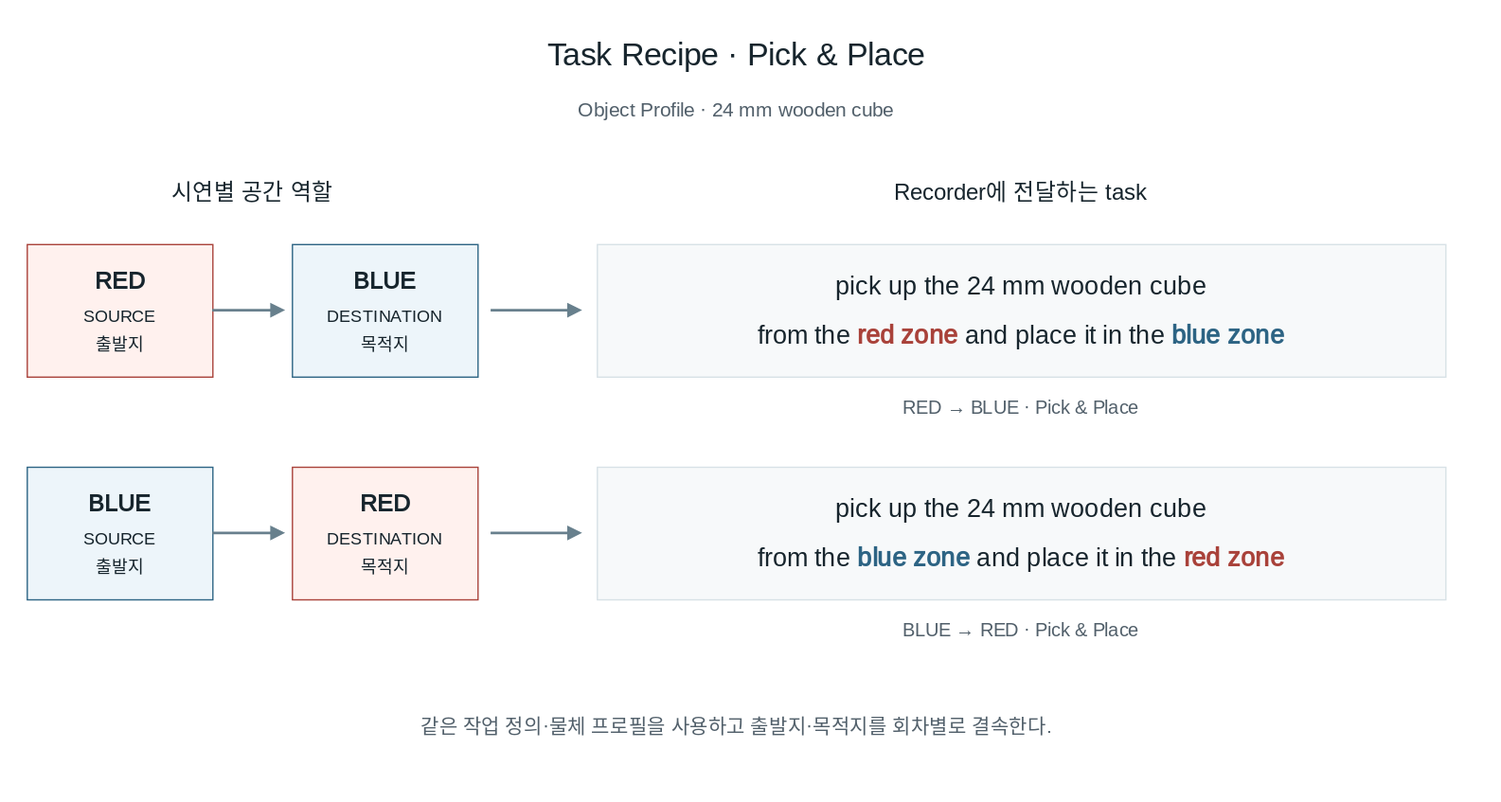
Before: docs/portfolio/task-language.drawio.svg, a diagram exported from draw.io (hasemu1211/fr5-lerobot-connector). Source tidied: cells renumbered, new cells last; positions are measured from the earlier drawing's top-left corner, leaving out a move shared by most shapes.
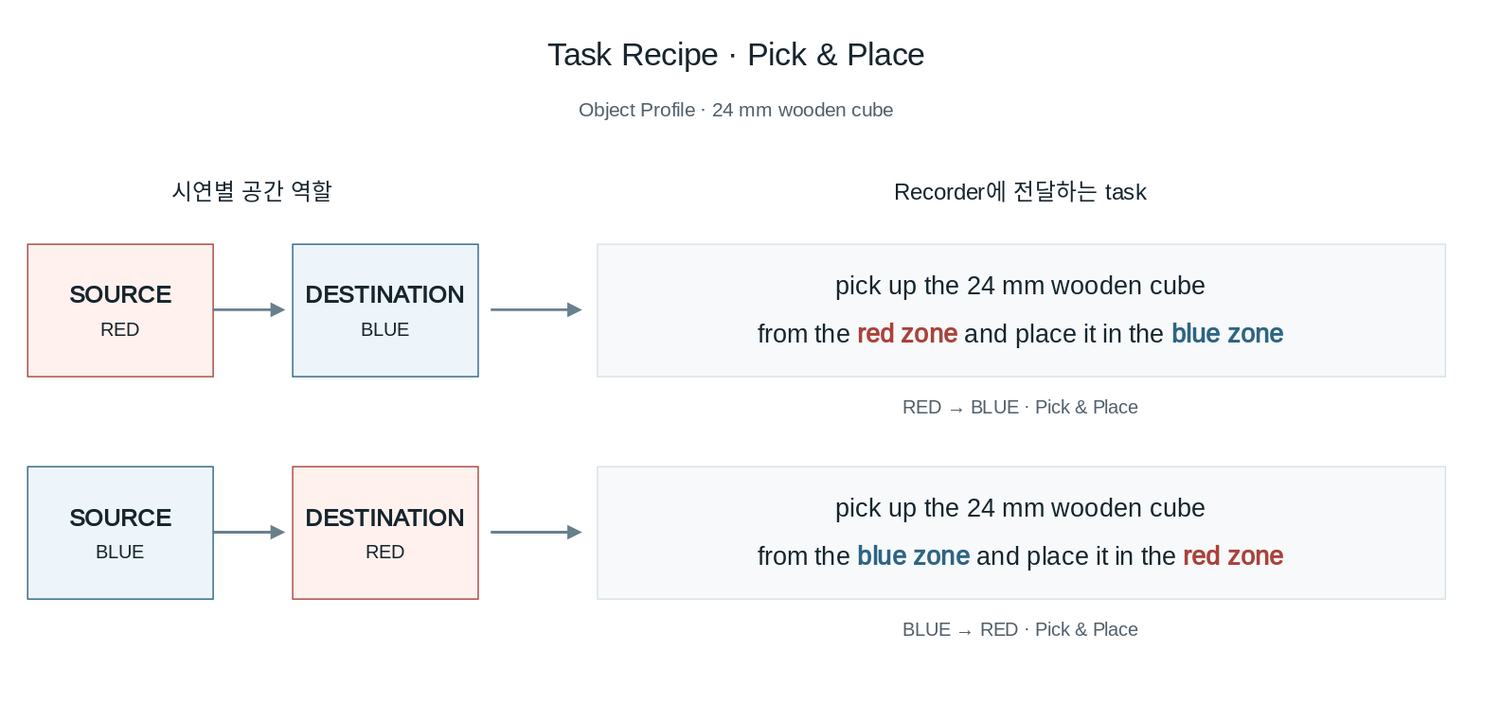
The same file after the commit.

Change to the diagram source:
```diff
@@ -14,10 +14,10 @@
     <mxCell id="5" value="Recorder에 전달하는 task" style="html=1;whiteSpace=wrap;fontFamily=Noto Sans CJK KR;fontColor=#17252d;spacing=0;text;strokeColor=none;fillColor=none;fontSize=17;fontColor=#17252d;align=center;verticalAlign=middle;" parent="1" vertex="1">
       <mxGeometry x="430" y="110" width="640" height="32" as="geometry" />
     </mxCell>
-    <mxCell id="6" value="&lt;div style=&quot;line-height:1.65&quot;&gt;&lt;b style=&quot;font-size:18px&quot;&gt;RED&lt;/b&gt;&lt;br&gt;&lt;span style=&quot;font-size:13px&quot;&gt;SOURCE&lt;br&gt;출발지&lt;/span&gt;&lt;/div&gt;" style="html=1;whiteSpace=wrap;fontFamily=Noto Sans CJK KR;fontColor=#17252d;spacing=0;fillColor=#fff1ee;strokeColor=#a9423a;align=center;verticalAlign=middle;" parent="1" vertex="1">
+    <mxCell id="6" value="&lt;div style=&quot;font-size:14px;line-height:1.6&quot;&gt;&lt;b style=&quot;font-size:18px&quot;&gt;SOURCE&lt;/b&gt;&lt;br&gt;RED&lt;/div&gt;" style="html=1;whiteSpace=wrap;fontFamily=Noto Sans CJK KR;fontColor=#17252d;spacing=0;fillColor=#fff1ee;strokeColor=#a9423a;align=center;verticalAlign=middle;" parent="1" vertex="1">
       <mxGeometry y="164" width="140" height="100" as="geometry" />
     </mxCell>
-    <mxCell id="7" value="&lt;div style=&quot;line-height:1.65&quot;&gt;&lt;b style=&quot;font-size:18px&quot;&gt;BLUE&lt;/b&gt;&lt;br&gt;&lt;span style=&quot;font-size:13px&quot;&gt;DESTINATION&lt;br&gt;목적지&lt;/span&gt;&lt;/div&gt;" style="html=1;whiteSpace=wrap;fontFamily=Noto Sans CJK KR;fontColor=#17252d;spacing=0;fillColor=#edf5fa;strokeColor=#2d6484;align=center;verticalAlign=middle;" parent="1" vertex="1">
+    <mxCell id="7" value="&lt;div style=&quot;font-size:14px;line-height:1.6&quot;&gt;&lt;b style=&quot;font-size:18px&quot;&gt;DESTINATION&lt;/b&gt;&lt;br&gt;BLUE&lt;/div&gt;" style="html=1;whiteSpace=wrap;fontFamily=Noto Sans CJK KR;fontColor=#17252d;spacing=0;fillColor=#edf5fa;strokeColor=#2d6484;align=center;verticalAlign=middle;" parent="1" vertex="1">
       <mxGeometry x="200" y="164" width="140" height="100" as="geometry" />
     </mxCell>
     <mxCell id="8" style="endArrow=block;endFill=1;strokeColor=#68808d;strokeWidth=1.5;strokeWidth=2;" parent="1" edge="1">
@@ -38,10 +38,10 @@
     <mxCell id="11" value="RED → BLUE · Pick &amp; Place" style="html=1;whiteSpace=wrap;fontFamily=Noto Sans CJK KR;fontColor=#17252d;spacing=0;text;strokeColor=none;fillColor=none;fontSize=14;fontColor=#52606b;align=center;verticalAlign=middle;" parent="1" vertex="1">
       <mxGeometry x="430" y="272" width="640" height="30" as="geometry" />
     </mxCell>
-    <mxCell id="12" value="&lt;div style=&quot;line-height:1.65&quot;&gt;&lt;b style=&quot;font-size:18px&quot;&gt;BLUE&lt;/b&gt;&lt;br&gt;&lt;span style=&quot;font-size:13px&quot;&gt;SOURCE&lt;br&gt;출발지&lt;/span&gt;&lt;/div&gt;" style="html=1;whiteSpace=wrap;fontFamily=Noto Sans CJK KR;fontColor=#17252d;spacing=0;fillColor=#edf5fa;strokeColor=#2d6484;align=center;verticalAlign=middle;" parent="1" vertex="1">
+    <mxCell id="12" value="&lt;div style=&quot;font-size:14px;line-height:1.6&quot;&gt;&lt;b style=&quot;font-size:18px&quot;&gt;SOURCE&lt;/b&gt;&lt;br&gt;BLUE&lt;/div&gt;" style="html=1;whiteSpace=wrap;fontFamily=Noto Sans CJK KR;fontColor=#17252d;spacing=0;fillColor=#edf5fa;strokeColor=#2d6484;align=center;verticalAlign=middle;" parent="1" vertex="1">
       <mxGeometry y="332" width="140" height="100" as="geometry" />
     </mxCell>
-    <mxCell id="13" value="&lt;div style=&quot;line-height:1.65&quot;&gt;&lt;b style=&quot;font-size:18px&quot;&gt;RED&lt;/b&gt;&lt;br&gt;&lt;span style=&quot;font-size:13px&quot;&gt;DESTINATION&lt;br&gt;목적지&lt;/span&gt;&lt;/div&gt;" style="html=1;whiteSpace=wrap;fontFamily=Noto Sans CJK KR;fontColor=#17252d;spacing=0;fillColor=#fff1ee;strokeColor=#a9423a;align=center;verticalAlign=middle;" parent="1" vertex="1">
+    <mxCell id="13" value="&lt;div style=&quot;font-size:14px;line-height:1.6&quot;&gt;&lt;b style=&quot;font-size:18px&quot;&gt;DESTINATION&lt;/b&gt;&lt;br&gt;RED&lt;/div&gt;" style="html=1;whiteSpace=wrap;fontFamily=Noto Sans CJK KR;fontColor=#17252d;spacing=0;fillColor=#fff1ee;strokeColor=#a9423a;align=center;verticalAlign=middle;" parent="1" vertex="1">
       <mxGeometry x="200" y="332" width="140" height="100" as="geometry" />
     </mxCell>
     <mxCell id="14" style="endArrow=block;endFill=1;strokeColor=#68808d;strokeWidth=1.5;strokeWidth=2;" parent="1" edge="1">
@@ -62,8 +62,5 @@
     <mxCell id="17" value="BLUE → RED · Pick &amp; Place" style="html=1;whiteSpace=wrap;fontFamily=Noto Sans CJK KR;fontColor=#17252d;spacing=0;text;strokeColor=none;fillColor=none;fontSize=14;fontColor=#52606b;align=center;verticalAlign=middle;" parent="1" vertex="1">
       <mxGeometry x="430" y="440" width="640" height="30" as="geometry" />
     </mxCell>
-    <mxCell id="18" value="같은 작업 정의·물체 프로필을 사용하고 출발지·목적지를 회차별로 결속한다." style="html=1;whiteSpace=wrap;fontFamily=Noto Sans CJK KR;fontColor=#17252d;spacing=0;text;strokeColor=none;fillColor=none;fontSize=15;fontColor=#52606b;align=center;verticalAlign=middle;" parent="1" vertex="1">
-      <mxGeometry y="510" width="1070" height="34" as="geometry" />
-    </mxCell>
   </root>
 </mxGraphModel>
```
